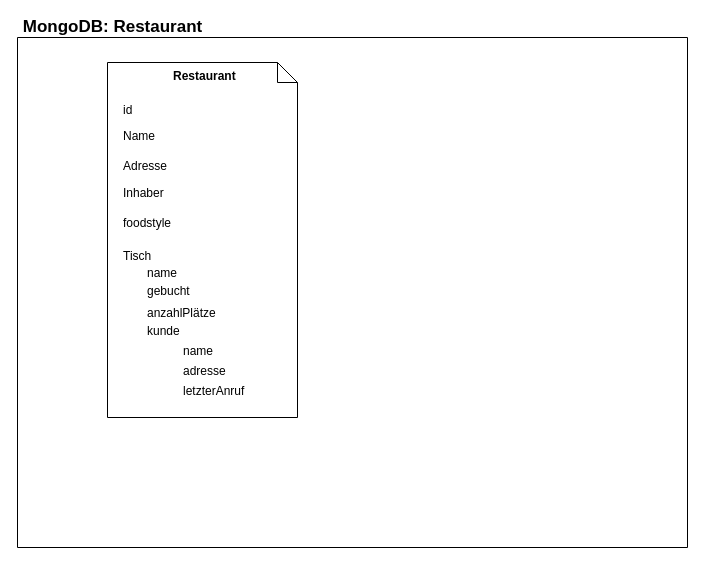
Above: DataModel.drawio in fbubeck/BDS (draw.io), before the change. Source tidied: cells renumbered, new cells numbered last; positions are measured from the earlier drawing's top-left corner, leaving out a move shared by most shapes. Both pictures are drawn from the tidied source at 100%, with x=0, y=0 at pixel (17, 17).
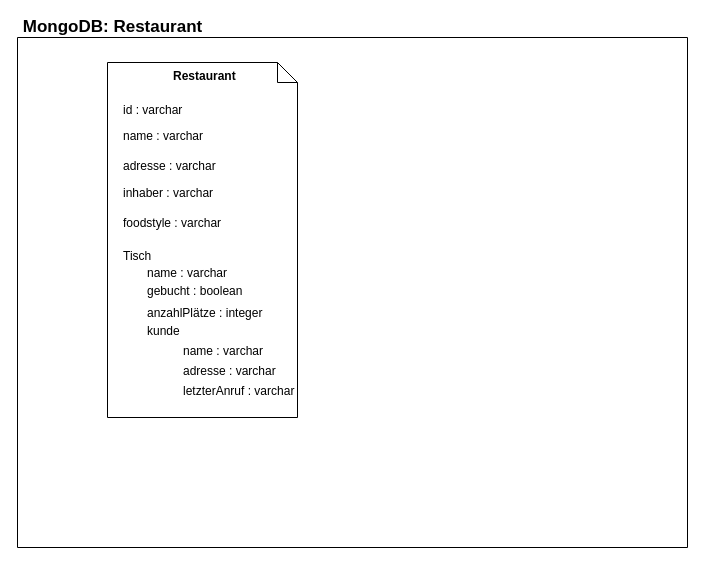
Above is the later version.

The edit, as a diff of the source:
```diff
@@
-    <mxCell id="3" value="Adresse" style="text;strokeColor=none;fillColor=none;spacingLeft=4;spacingRight=4;overflow=hidden;fontSize=12;" parent="1" vertex="1">
+    <mxCell id="3" value="adresse : varchar" style="text;strokeColor=none;fillColor=none;spacingLeft=4;spacingRight=4;overflow=hidden;fontSize=12;" parent="1" vertex="1">
       <mxGeometry x="100" y="135" width="160" height="34" as="geometry" />
     </mxCell>
-    <mxCell id="4" value="id" style="text;strokeColor=none;fillColor=none;spacingLeft=4;spacingRight=4;overflow=hidden;fontSize=12;" parent="1" vertex="1">
+    <mxCell id="4" value="id : varchar" style="text;strokeColor=none;fillColor=none;spacingLeft=4;spacingRight=4;overflow=hidden;fontSize=12;" parent="1" vertex="1">
       <mxGeometry x="100" y="79" width="160" height="30" as="geometry" />
     </mxCell>
-    <mxCell id="5" value="Name" style="text;strokeColor=none;fillColor=none;spacingLeft=4;spacingRight=4;overflow=hidden;fontSize=12;" parent="1" vertex="1">
+    <mxCell id="5" value="name : varchar" style="text;strokeColor=none;fillColor=none;spacingLeft=4;spacingRight=4;overflow=hidden;fontSize=12;" parent="1" vertex="1">
       <mxGeometry x="100" y="105" width="160" height="30" as="geometry" />
     </mxCell>
-    <mxCell id="6" value="Inhaber" style="text;strokeColor=none;fillColor=none;spacingLeft=4;spacingRight=4;overflow=hidden;fontSize=12;" parent="1" vertex="1">
+    <mxCell id="6" value="inhaber : varchar" style="text;strokeColor=none;fillColor=none;spacingLeft=4;spacingRight=4;overflow=hidden;fontSize=12;" parent="1" vertex="1">
       <mxGeometry x="100" y="162" width="160" height="30" as="geometry" />
     </mxCell>
@@
-    <mxCell id="8" value="gebucht" style="text;strokeColor=none;fillColor=none;spacingLeft=4;spacingRight=4;overflow=hidden;fontSize=12;" parent="1" vertex="1">
+    <mxCell id="8" value="gebucht : boolean" style="text;strokeColor=none;fillColor=none;spacingLeft=4;spacingRight=4;overflow=hidden;fontSize=12;" parent="1" vertex="1">
       <mxGeometry x="124" y="260" width="160" height="30" as="geometry" />
     </mxCell>
@@
-    <mxCell id="10" value="anzahlPlätze" style="text;strokeColor=none;fillColor=none;spacingLeft=4;spacingRight=4;overflow=hidden;fontSize=12;" parent="1" vertex="1">
+    <mxCell id="10" value="anzahlPlätze : integer" style="text;strokeColor=none;fillColor=none;spacingLeft=4;spacingRight=4;overflow=hidden;fontSize=12;" parent="1" vertex="1">
       <mxGeometry x="124" y="282" width="160" height="18" as="geometry" />
     </mxCell>
-    <mxCell id="11" value="foodstyle" style="text;strokeColor=none;fillColor=none;spacingLeft=4;spacingRight=4;overflow=hidden;fontSize=12;" parent="1" vertex="1">
+    <mxCell id="11" value="foodstyle : varchar" style="text;strokeColor=none;fillColor=none;spacingLeft=4;spacingRight=4;overflow=hidden;fontSize=12;" parent="1" vertex="1">
       <mxGeometry x="100" y="192" width="160" height="30" as="geometry" />
     </mxCell>
-    <mxCell id="12" value="adresse" style="text;strokeColor=none;fillColor=none;spacingLeft=4;spacingRight=4;overflow=hidden;fontSize=12;" parent="1" vertex="1">
+    <mxCell id="12" value="adresse : varchar" style="text;strokeColor=none;fillColor=none;spacingLeft=4;spacingRight=4;overflow=hidden;fontSize=12;" parent="1" vertex="1">
       <mxGeometry x="160" y="340" width="160" height="34" as="geometry" />
     </mxCell>
-    <mxCell id="13" value="name" style="text;strokeColor=none;fillColor=none;spacingLeft=4;spacingRight=4;overflow=hidden;fontSize=12;" parent="1" vertex="1">
+    <mxCell id="13" value="name : varchar" style="text;strokeColor=none;fillColor=none;spacingLeft=4;spacingRight=4;overflow=hidden;fontSize=12;" parent="1" vertex="1">
       <mxGeometry x="160" y="320" width="160" height="30" as="geometry" />
     </mxCell>
-    <mxCell id="14" value="letzterAnruf" style="text;strokeColor=none;fillColor=none;spacingLeft=4;spacingRight=4;overflow=hidden;fontSize=12;" parent="1" vertex="1">
+    <mxCell id="14" value="letzterAnruf : varchar" style="text;strokeColor=none;fillColor=none;spacingLeft=4;spacingRight=4;overflow=hidden;fontSize=12;" parent="1" vertex="1">
       <mxGeometry x="160" y="360" width="160" height="30" as="geometry" />
     </mxCell>
@@
-    <mxCell id="20" value="name" style="text;strokeColor=none;fillColor=none;spacingLeft=4;spacingRight=4;overflow=hidden;fontSize=12;" parent="1" vertex="1">
+    <mxCell id="20" value="name : varchar" style="text;strokeColor=none;fillColor=none;spacingLeft=4;spacingRight=4;overflow=hidden;fontSize=12;" parent="1" vertex="1">
       <mxGeometry x="124" y="242" width="160" height="18" as="geometry" />
     </mxCell>
```
